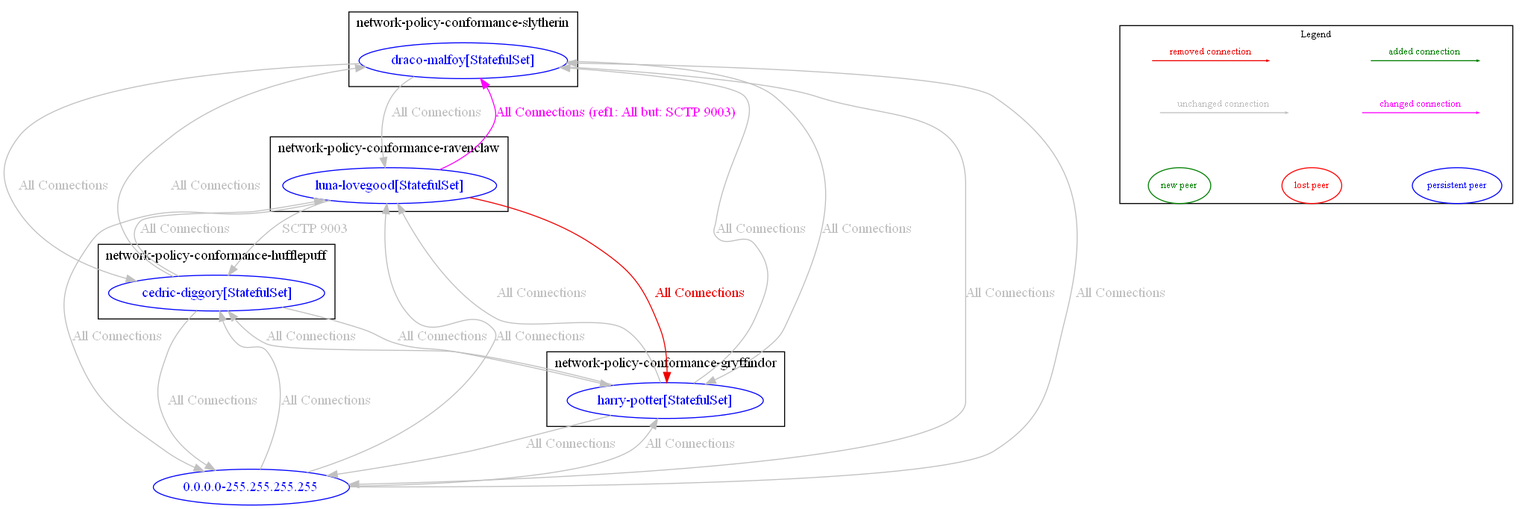
np-guard/netpol-analyzer keeps this Graphviz diagram as test_outputs/diff/diff_between_anp_test_12_swapping_rules_and_anp_test_12.dot.png. Above is the earlier version. Its source is kept beside it as test_outputs/diff/diff_between_anp_test_12_swapping_rules_and_anp_test_12.dot.
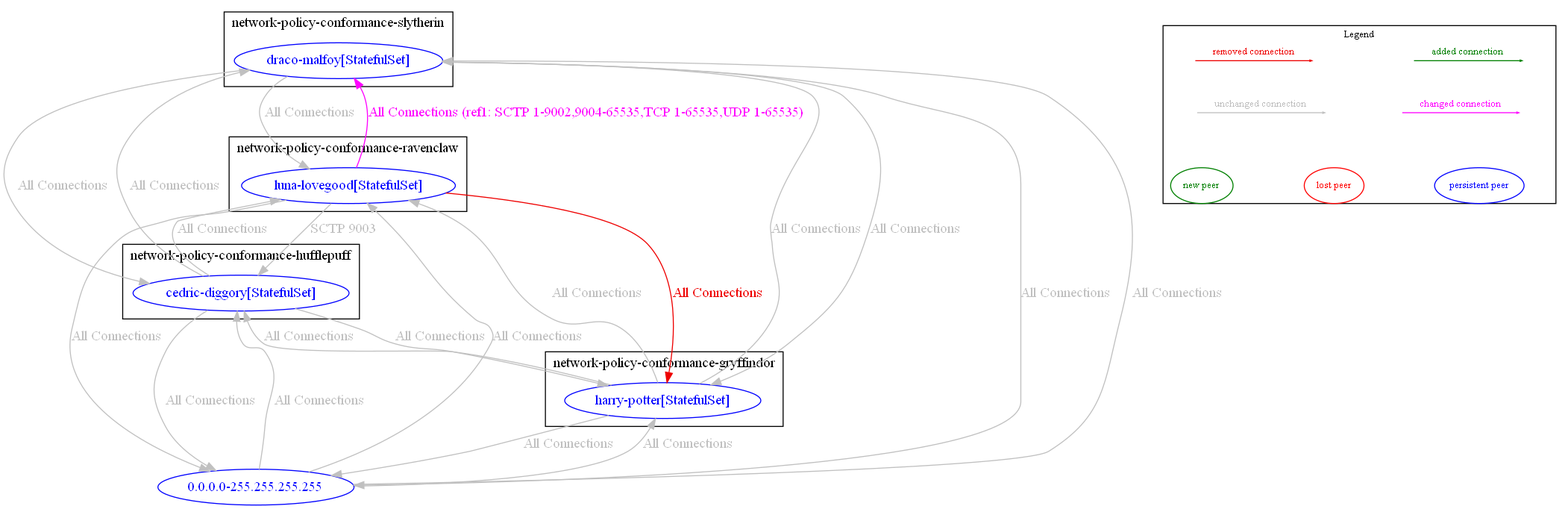
Later version of the same file.

The edit, as a diff of the source:
```diff
@@ -31,7 +31,7 @@
 	"network-policy-conformance-ravenclaw/luna-lovegood[StatefulSet]" -> "0.0.0.0-255.255.255.255" [label="All Connections" color="grey" fontcolor="grey" weight=1]
 	"network-policy-conformance-ravenclaw/luna-lovegood[StatefulSet]" -> "network-policy-conformance-gryffindor/harry-potter[StatefulSet]" [label="All Connections" color="red2" fontcolor="red2" weight=1]
 	"network-policy-conformance-ravenclaw/luna-lovegood[StatefulSet]" -> "network-policy-conformance-hufflepuff/cedric-diggory[StatefulSet]" [label="SCTP 9003" color="grey" fontcolor="grey" weight=1]
-	"network-policy-conformance-ravenclaw/luna-lovegood[StatefulSet]" -> "network-policy-conformance-slytherin/draco-malfoy[StatefulSet]" [label="All Connections (ref1: All but: SCTP 9003)" color="magenta" fontcolor="magenta" weight=0.5]
+	"network-policy-conformance-ravenclaw/luna-lovegood[StatefulSet]" -> "network-policy-conformance-slytherin/draco-malfoy[StatefulSet]" [label="All Connections (ref1: SCTP 1-9002,9004-65535,TCP 1-65535,UDP 1-65535)" color="magenta" fontcolor="magenta" weight=0.5]
 	"network-policy-conformance-slytherin/draco-malfoy[StatefulSet]" -> "0.0.0.0-255.255.255.255" [label="All Connections" color="grey" fontcolor="grey" weight=1]
 	"network-policy-conformance-slytherin/draco-malfoy[StatefulSet]" -> "network-policy-conformance-gryffindor/harry-potter[StatefulSet]" [label="All Connections" color="grey" fontcolor="grey" weight=1]
 	"network-policy-conformance-slytherin/draco-malfoy[StatefulSet]" -> "network-policy-conformance-hufflepuff/cedric-diggory[StatefulSet]" [label="All Connections" color="grey" fontcolor="grey" weight=1]
```
